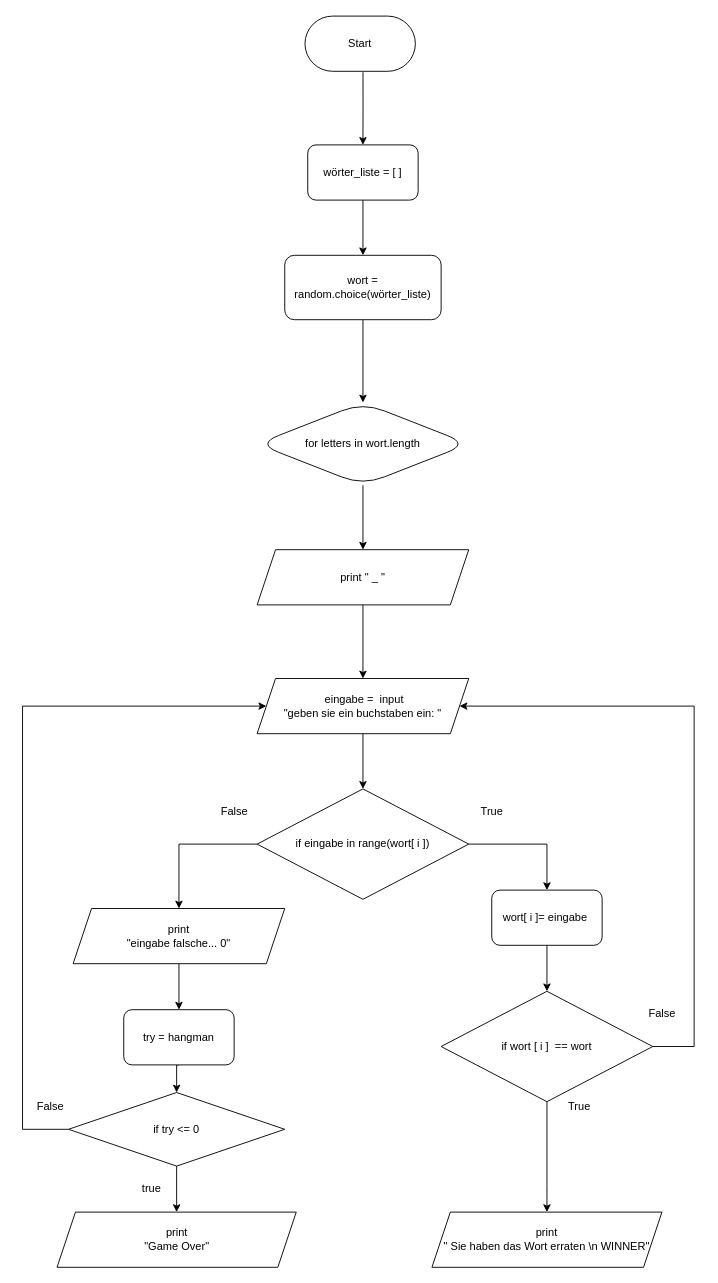
This is Unbenanntes Diagramm.drawio from extremserhat/python_kurs, a draw.io file, before an edit. Source tidied: cells renumbered, new cells numbered last; positions are measured from the earlier drawing's top-left corner, leaving out a move shared by most shapes. Both pictures are drawn from the tidied source at 92%, with x=0, y=0 at pixel (22, 16).
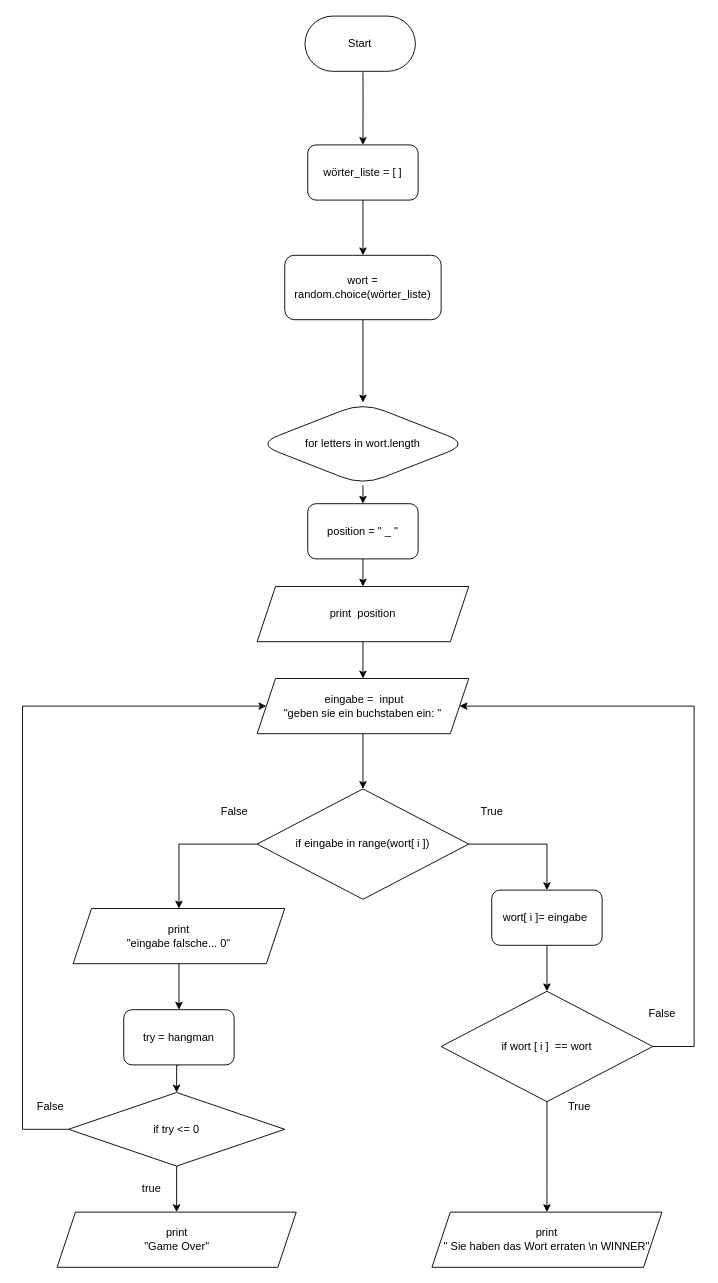
The same page after the edit.

The change refers to these unchanged cells:
```xml
<mxCell id="9" value="for letters in wort.length" style="rhombus;whiteSpace=wrap;html=1;rounded=1;arcSize=50;" parent="1" vertex="1">
  <mxGeometry x="255" y="420" width="230" height="90" as="geometry" />
</mxCell>
```

The edit, as a diff of the source:
```diff
@@
-    <mxCell id="8" style="edgeStyle=orthogonalEdgeStyle;rounded=0;jettySize=auto;html=1;exitX=0.5;exitY=1;exitDx=0;exitDy=0;" parent="1" edge="1" source="9" target="12">
-      <mxGeometry relative="1" as="geometry" />
-    </mxCell>
+    <mxCell id="38" style="edgeStyle=orthogonalEdgeStyle;rounded=0;jettySize=auto;html=1;exitX=0.5;exitY=1;exitDx=0;exitDy=0;entryX=0.5;entryY=0;entryDx=0;entryDy=0;" parent="1" edge="1" source="9" target="40">
+      <mxGeometry relative="1" as="geometry" />
+    </mxCell>
@@
-    <mxCell id="12" value="print &quot; _ &quot;" style="shape=parallelogram;perimeter=parallelogramPerimeter;whiteSpace=wrap;html=1;fixedSize=1;" parent="1" vertex="1">
-      <mxGeometry x="255" y="580" width="230" height="60" as="geometry" />
+    <mxCell id="12" value="print&amp;nbsp; position" style="shape=parallelogram;perimeter=parallelogramPerimeter;whiteSpace=wrap;html=1;fixedSize=1;" parent="1" vertex="1">
+      <mxGeometry x="255" y="620" width="230" height="60" as="geometry" />
     </mxCell>
@@
+    <mxCell id="39" style="edgeStyle=orthogonalEdgeStyle;rounded=0;jettySize=auto;html=1;exitX=0.5;exitY=1;exitDx=0;exitDy=0;entryX=0.5;entryY=0;entryDx=0;entryDy=0;" parent="1" edge="1" source="40" target="12">
+      <mxGeometry relative="1" as="geometry" />
+    </mxCell>
+    <mxCell id="40" value="position = &quot; _ &quot;" style="rounded=1;whiteSpace=wrap;html=1;" parent="1" vertex="1">
+      <mxGeometry x="310" y="530" width="120" height="60" as="geometry" />
+    </mxCell>
```
